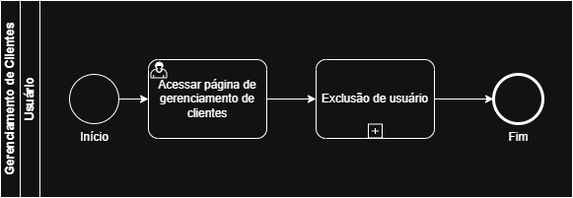
Above: docs/images/bpmn/gestao-de-usuario/bpmn-gestao-de-usuario-sp8.png in lsivolella/Servify (draw.io), before the change. Source tidied: cells renumbered, new cells last; positions are measured from the earlier drawing's top-left corner, leaving out a move shared by most shapes. The source it was exported from:
```xml
<mxGraphModel>
  <root>
    <mxCell id="0" />
    <mxCell id="1" parent="0" />
    <mxCell id="2" value="Gerenciamento de Clientes" style="swimlane;horizontal=0;startSize=20;html=1;" parent="1" vertex="1">
      <mxGeometry width="580" height="200" as="geometry" />
    </mxCell>
    <mxCell id="3" value="Usuário" style="swimlane;startSize=20;horizontal=0;html=1;" parent="2" vertex="1">
      <mxGeometry x="20" width="560" height="200" as="geometry" />
    </mxCell>
    <mxCell id="4" style="edgeStyle=orthogonalEdgeStyle;rounded=0;jettySize=auto;html=1;" parent="3" edge="1" source="5">
      <mxGeometry relative="1" as="geometry">
        <mxPoint x="130" y="100" as="targetPoint" />
      </mxGeometry>
    </mxCell>
    <mxCell id="5" value="Início" style="points=[[0.145,0.145,0],[0.5,0,0],[0.855,0.145,0],[1,0.5,0],[0.855,0.855,0],[0.5,1,0],[0.145,0.855,0],[0,0.5,0]];shape=mxgraph.bpmn.event;html=1;verticalLabelPosition=bottom;labelBackgroundColor=#ffffff;verticalAlign=top;align=center;perimeter=ellipsePerimeter;outlineConnect=0;outline=standard;symbol=general;" parent="3" vertex="1">
      <mxGeometry x="50" y="75" width="50" height="50" as="geometry" />
    </mxCell>
    <mxCell id="6" value="Acessar página de gerenciamento de clientes" style="points=[[0.25,0,0],[0.5,0,0],[0.75,0,0],[1,0.25,0],[1,0.5,0],[1,0.75,0],[0.75,1,0],[0.5,1,0],[0.25,1,0],[0,0.75,0],[0,0.5,0],[0,0.25,0]];shape=mxgraph.bpmn.task2;whiteSpace=wrap;rectStyle=rounded;size=10;html=1;taskMarker=user;" parent="3" vertex="1">
      <mxGeometry x="130" y="60" width="120" height="80" as="geometry" />
    </mxCell>
    <mxCell id="7" value="Exclusão de usuário" style="points=[[0.25,0,0],[0.5,0,0],[0.75,0,0],[1,0.25,0],[1,0.5,0],[1,0.75,0],[0.75,1,0],[0.5,1,0],[0.25,1,0],[0,0.75,0],[0,0.5,0],[0,0.25,0]];shape=mxgraph.bpmn.task2;whiteSpace=wrap;rectStyle=rounded;size=10;html=1;taskMarker=abstract;isLoopSub=1;" parent="3" vertex="1">
      <mxGeometry x="300" y="60" width="120" height="80" as="geometry" />
    </mxCell>
    <mxCell id="8" style="edgeStyle=orthogonalEdgeStyle;rounded=0;jettySize=auto;html=1;entryX=0;entryY=0.5;entryDx=0;entryDy=0;entryPerimeter=0;" parent="3" edge="1" source="6" target="7">
      <mxGeometry relative="1" as="geometry" />
    </mxCell>
    <mxCell id="9" value="Fim" style="points=[[0.145,0.145,0],[0.5,0,0],[0.855,0.145,0],[1,0.5,0],[0.855,0.855,0],[0.5,1,0],[0.145,0.855,0],[0,0.5,0]];shape=mxgraph.bpmn.event;html=1;verticalLabelPosition=bottom;labelBackgroundColor=#ffffff;verticalAlign=top;align=center;perimeter=ellipsePerimeter;outlineConnect=0;outline=end;symbol=terminate2;" parent="3" vertex="1">
      <mxGeometry x="480" y="75" width="50" height="50" as="geometry" />
    </mxCell>
    <mxCell id="10" style="edgeStyle=orthogonalEdgeStyle;rounded=0;jettySize=auto;html=1;entryX=0;entryY=0.5;entryDx=0;entryDy=0;entryPerimeter=0;" parent="3" edge="1" source="7" target="9">
      <mxGeometry relative="1" as="geometry" />
    </mxCell>
  </root>
</mxGraphModel>
```
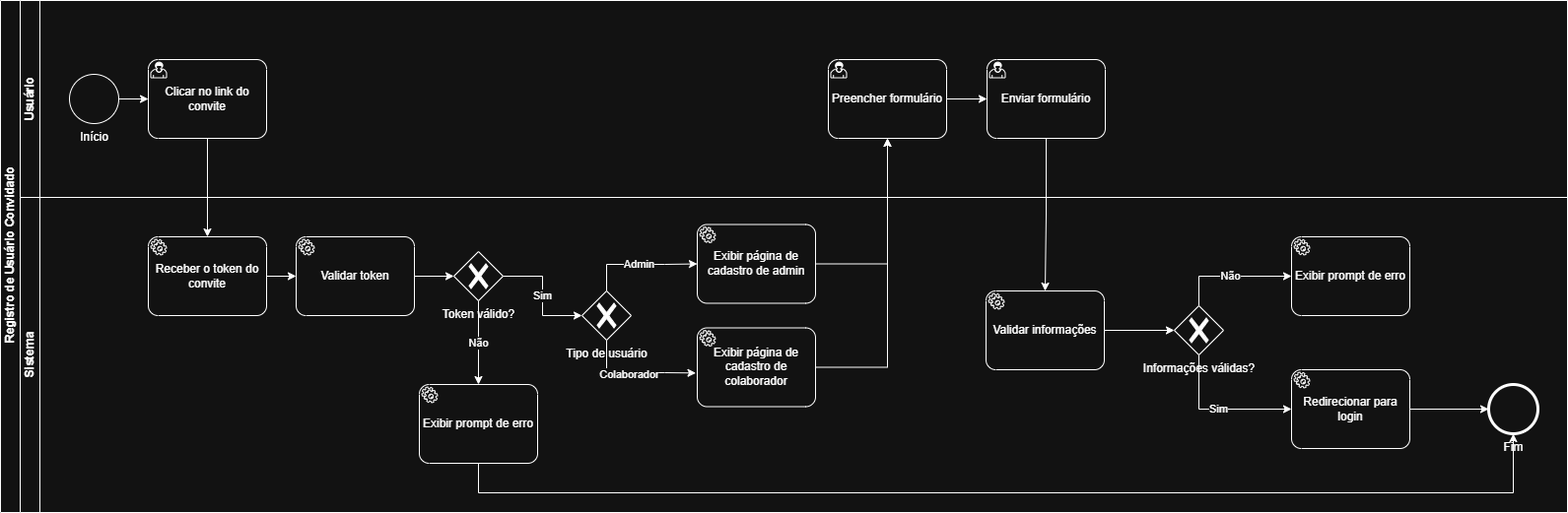
Later version of the same file.

Commit message:
Ajustes no processo de gerenciamento de clientes

The edit, as a diff of the source:
```diff
@@ -2,11 +2,11 @@
   <root>
     <mxCell id="0" />
     <mxCell id="1" parent="0" />
-    <mxCell id="2" value="Gerenciamento de Clientes" style="swimlane;horizontal=0;startSize=20;html=1;" parent="1" vertex="1">
-      <mxGeometry width="580" height="200" as="geometry" />
+    <mxCell id="2" value="&amp;nbsp;Registro de Usuário Convidado" style="swimlane;horizontal=0;startSize=20;html=1;" parent="1" vertex="1">
+      <mxGeometry width="1590" height="520" as="geometry" />
     </mxCell>
     <mxCell id="3" value="Usuário" style="swimlane;startSize=20;horizontal=0;html=1;" parent="2" vertex="1">
-      <mxGeometry x="20" width="560" height="200" as="geometry" />
+      <mxGeometry x="20" width="1570" height="200" as="geometry" />
     </mxCell>
     <mxCell id="4" style="edgeStyle=orthogonalEdgeStyle;rounded=0;jettySize=auto;html=1;" parent="3" edge="1" source="5">
       <mxGeometry relative="1" as="geometry">
@@ -16,20 +16,127 @@
     <mxCell id="5" value="Início" style="points=[[0.145,0.145,0],[0.5,0,0],[0.855,0.145,0],[1,0.5,0],[0.855,0.855,0],[0.5,1,0],[0.145,0.855,0],[0,0.5,0]];shape=mxgraph.bpmn.event;html=1;verticalLabelPosition=bottom;labelBackgroundColor=#ffffff;verticalAlign=top;align=center;perimeter=ellipsePerimeter;outlineConnect=0;outline=standard;symbol=general;" parent="3" vertex="1">
       <mxGeometry x="50" y="75" width="50" height="50" as="geometry" />
     </mxCell>
-    <mxCell id="6" value="Acessar página de gerenciamento de clientes" style="points=[[0.25,0,0],[0.5,0,0],[0.75,0,0],[1,0.25,0],[1,0.5,0],[1,0.75,0],[0.75,1,0],[0.5,1,0],[0.25,1,0],[0,0.75,0],[0,0.5,0],[0,0.25,0]];shape=mxgraph.bpmn.task2;whiteSpace=wrap;rectStyle=rounded;size=10;html=1;taskMarker=user;" parent="3" vertex="1">
+    <mxCell id="6" value="Clicar no link do convite" style="points=[[0.25,0,0],[0.5,0,0],[0.75,0,0],[1,0.25,0],[1,0.5,0],[1,0.75,0],[0.75,1,0],[0.5,1,0],[0.25,1,0],[0,0.75,0],[0,0.5,0],[0,0.25,0]];shape=mxgraph.bpmn.task2;whiteSpace=wrap;rectStyle=rounded;size=10;html=1;taskMarker=user;" parent="3" vertex="1">
       <mxGeometry x="130" y="60" width="120" height="80" as="geometry" />
     </mxCell>
-    <mxCell id="7" value="Exclusão de usuário" style="points=[[0.25,0,0],[0.5,0,0],[0.75,0,0],[1,0.25,0],[1,0.5,0],[1,0.75,0],[0.75,1,0],[0.5,1,0],[0.25,1,0],[0,0.75,0],[0,0.5,0],[0,0.25,0]];shape=mxgraph.bpmn.task2;whiteSpace=wrap;rectStyle=rounded;size=10;html=1;taskMarker=abstract;isLoopSub=1;" parent="3" vertex="1">
-      <mxGeometry x="300" y="60" width="120" height="80" as="geometry" />
+    <mxCell id="7" value="Preencher formulário" style="points=[[0.25,0,0],[0.5,0,0],[0.75,0,0],[1,0.25,0],[1,0.5,0],[1,0.75,0],[0.75,1,0],[0.5,1,0],[0.25,1,0],[0,0.75,0],[0,0.5,0],[0,0.25,0]];shape=mxgraph.bpmn.task2;whiteSpace=wrap;rectStyle=rounded;size=10;html=1;taskMarker=user;" parent="3" vertex="1">
+      <mxGeometry x="820" y="60" width="120" height="80" as="geometry" />
     </mxCell>
-    <mxCell id="8" style="edgeStyle=orthogonalEdgeStyle;rounded=0;jettySize=auto;html=1;entryX=0;entryY=0.5;entryDx=0;entryDy=0;entryPerimeter=0;" parent="3" edge="1" source="6" target="7">
-      <mxGeometry relative="1" as="geometry" />
+    <mxCell id="8" value="Enviar formulário" style="points=[[0.25,0,0],[0.5,0,0],[0.75,0,0],[1,0.25,0],[1,0.5,0],[1,0.75,0],[0.75,1,0],[0.5,1,0],[0.25,1,0],[0,0.75,0],[0,0.5,0],[0,0.25,0]];shape=mxgraph.bpmn.task2;whiteSpace=wrap;rectStyle=rounded;size=10;html=1;taskMarker=user;" parent="3" vertex="1">
+      <mxGeometry x="981" y="60" width="120" height="80" as="geometry" />
     </mxCell>
-    <mxCell id="9" value="Fim" style="points=[[0.145,0.145,0],[0.5,0,0],[0.855,0.145,0],[1,0.5,0],[0.855,0.855,0],[0.5,1,0],[0.145,0.855,0],[0,0.5,0]];shape=mxgraph.bpmn.event;html=1;verticalLabelPosition=bottom;labelBackgroundColor=#ffffff;verticalAlign=top;align=center;perimeter=ellipsePerimeter;outlineConnect=0;outline=end;symbol=terminate2;" parent="3" vertex="1">
-      <mxGeometry x="480" y="75" width="50" height="50" as="geometry" />
+    <mxCell id="9" style="edgeStyle=orthogonalEdgeStyle;rounded=0;jettySize=auto;html=1;entryX=0;entryY=0.5;entryDx=0;entryDy=0;entryPerimeter=0;" parent="3" edge="1" source="7" target="8">
+      <mxGeometry relative="1" as="geometry" />
     </mxCell>
-    <mxCell id="10" style="edgeStyle=orthogonalEdgeStyle;rounded=0;jettySize=auto;html=1;entryX=0;entryY=0.5;entryDx=0;entryDy=0;entryPerimeter=0;" parent="3" edge="1" source="7" target="9">
+    <mxCell id="10" style="edgeStyle=orthogonalEdgeStyle;rounded=0;jettySize=auto;html=1;entryX=0.5;entryY=0;entryDx=0;entryDy=0;entryPerimeter=0;" parent="2" edge="1" source="6" target="12">
       <mxGeometry relative="1" as="geometry" />
     </mxCell>
+    <mxCell id="11" value="Sistema" style="swimlane;startSize=20;horizontal=0;html=1;" parent="2" vertex="1">
+      <mxGeometry x="20" y="200" width="1570" height="320" as="geometry" />
+    </mxCell>
+    <mxCell id="12" value="Receber o token do convite" style="points=[[0.25,0,0],[0.5,0,0],[0.75,0,0],[1,0.25,0],[1,0.5,0],[1,0.75,0],[0.75,1,0],[0.5,1,0],[0.25,1,0],[0,0.75,0],[0,0.5,0],[0,0.25,0]];shape=mxgraph.bpmn.task2;whiteSpace=wrap;rectStyle=rounded;size=10;html=1;taskMarker=service;" parent="11" vertex="1">
+      <mxGeometry x="130" y="40" width="120" height="80" as="geometry" />
+    </mxCell>
+    <mxCell id="13" value="Validar token" style="points=[[0.25,0,0],[0.5,0,0],[0.75,0,0],[1,0.25,0],[1,0.5,0],[1,0.75,0],[0.75,1,0],[0.5,1,0],[0.25,1,0],[0,0.75,0],[0,0.5,0],[0,0.25,0]];shape=mxgraph.bpmn.task2;whiteSpace=wrap;rectStyle=rounded;size=10;html=1;taskMarker=service;" parent="11" vertex="1">
+      <mxGeometry x="280" y="40" width="120" height="80" as="geometry" />
+    </mxCell>
+    <mxCell id="14" value="Token válido?" style="points=[[0.25,0.25,0],[0.5,0,0],[0.75,0.25,0],[1,0.5,0],[0.75,0.75,0],[0.5,1,0],[0.25,0.75,0],[0,0.5,0]];shape=mxgraph.bpmn.gateway2;html=1;verticalLabelPosition=bottom;labelBackgroundColor=#ffffff;verticalAlign=top;align=center;perimeter=rhombusPerimeter;outlineConnect=0;outline=none;symbol=none;gwType=exclusive;" parent="11" vertex="1">
+      <mxGeometry x="440" y="55" width="50" height="50" as="geometry" />
+    </mxCell>
+    <mxCell id="15" value="Exibir prompt de erro" style="points=[[0.25,0,0],[0.5,0,0],[0.75,0,0],[1,0.25,0],[1,0.5,0],[1,0.75,0],[0.75,1,0],[0.5,1,0],[0.25,1,0],[0,0.75,0],[0,0.5,0],[0,0.25,0]];shape=mxgraph.bpmn.task2;whiteSpace=wrap;rectStyle=rounded;size=10;html=1;taskMarker=service;" parent="11" vertex="1">
+      <mxGeometry x="405" y="190" width="120" height="80" as="geometry" />
+    </mxCell>
+    <mxCell id="16" value="Fim" style="points=[[0.145,0.145,0],[0.5,0,0],[0.855,0.145,0],[1,0.5,0],[0.855,0.855,0],[0.5,1,0],[0.145,0.855,0],[0,0.5,0]];shape=mxgraph.bpmn.event;html=1;verticalLabelPosition=bottom;labelBackgroundColor=#ffffff;verticalAlign=top;align=center;perimeter=ellipsePerimeter;outlineConnect=0;outline=end;symbol=terminate2;" parent="11" vertex="1">
+      <mxGeometry x="1490" y="190" width="50" height="50" as="geometry" />
+    </mxCell>
+    <mxCell id="17" value="Exibir página de cadastro de admin" style="points=[[0.25,0,0],[0.5,0,0],[0.75,0,0],[1,0.25,0],[1,0.5,0],[1,0.75,0],[0.75,1,0],[0.5,1,0],[0.25,1,0],[0,0.75,0],[0,0.5,0],[0,0.25,0]];shape=mxgraph.bpmn.task2;whiteSpace=wrap;rectStyle=rounded;size=10;html=1;taskMarker=service;" parent="11" vertex="1">
+      <mxGeometry x="687" y="27.5" width="120" height="80" as="geometry" />
+    </mxCell>
+    <mxCell id="18" value="Exibir página de cadastro de colaborador" style="points=[[0.25,0,0],[0.5,0,0],[0.75,0,0],[1,0.25,0],[1,0.5,0],[1,0.75,0],[0.75,1,0],[0.5,1,0],[0.25,1,0],[0,0.75,0],[0,0.5,0],[0,0.25,0]];shape=mxgraph.bpmn.task2;whiteSpace=wrap;rectStyle=rounded;size=10;html=1;taskMarker=service;" parent="11" vertex="1">
+      <mxGeometry x="687" y="132.5" width="120" height="80" as="geometry" />
+    </mxCell>
+    <mxCell id="19" value="Tipo de usuário" style="points=[[0.25,0.25,0],[0.5,0,0],[0.75,0.25,0],[1,0.5,0],[0.75,0.75,0],[0.5,1,0],[0.25,0.75,0],[0,0.5,0]];shape=mxgraph.bpmn.gateway2;html=1;verticalLabelPosition=bottom;labelBackgroundColor=#ffffff;verticalAlign=top;align=center;perimeter=rhombusPerimeter;outlineConnect=0;outline=none;symbol=none;gwType=exclusive;" parent="11" vertex="1">
+      <mxGeometry x="570" y="95" width="50" height="50" as="geometry" />
+    </mxCell>
+    <mxCell id="20" value="Informações válidas?" style="points=[[0.25,0.25,0],[0.5,0,0],[0.75,0.25,0],[1,0.5,0],[0.75,0.75,0],[0.5,1,0],[0.25,0.75,0],[0,0.5,0]];shape=mxgraph.bpmn.gateway2;html=1;verticalLabelPosition=bottom;labelBackgroundColor=#ffffff;verticalAlign=top;align=center;perimeter=rhombusPerimeter;outlineConnect=0;outline=none;symbol=none;gwType=exclusive;" parent="11" vertex="1">
+      <mxGeometry x="1171" y="110" width="50" height="50" as="geometry" />
+    </mxCell>
+    <mxCell id="21" value="Validar informações" style="points=[[0.25,0,0],[0.5,0,0],[0.75,0,0],[1,0.25,0],[1,0.5,0],[1,0.75,0],[0.75,1,0],[0.5,1,0],[0.25,1,0],[0,0.75,0],[0,0.5,0],[0,0.25,0]];shape=mxgraph.bpmn.task2;whiteSpace=wrap;rectStyle=rounded;size=10;html=1;taskMarker=service;" parent="11" vertex="1">
+      <mxGeometry x="980" y="95" width="120" height="80" as="geometry" />
+    </mxCell>
+    <mxCell id="22" value="Exibir prompt de erro" style="points=[[0.25,0,0],[0.5,0,0],[0.75,0,0],[1,0.25,0],[1,0.5,0],[1,0.75,0],[0.75,1,0],[0.5,1,0],[0.25,1,0],[0,0.75,0],[0,0.5,0],[0,0.25,0]];shape=mxgraph.bpmn.task2;whiteSpace=wrap;rectStyle=rounded;size=10;html=1;taskMarker=service;" parent="11" vertex="1">
+      <mxGeometry x="1290" y="40" width="120" height="80" as="geometry" />
+    </mxCell>
+    <mxCell id="23" value="Redirecionar para login" style="points=[[0.25,0,0],[0.5,0,0],[0.75,0,0],[1,0.25,0],[1,0.5,0],[1,0.75,0],[0.75,1,0],[0.5,1,0],[0.25,1,0],[0,0.75,0],[0,0.5,0],[0,0.25,0]];shape=mxgraph.bpmn.task2;whiteSpace=wrap;rectStyle=rounded;size=10;html=1;taskMarker=service;" parent="11" vertex="1">
+      <mxGeometry x="1290" y="175" width="120" height="80" as="geometry" />
+    </mxCell>
+    <mxCell id="24" style="edgeStyle=orthogonalEdgeStyle;rounded=0;jettySize=auto;html=1;entryX=0;entryY=0.5;entryDx=0;entryDy=0;entryPerimeter=0;" parent="11" edge="1" source="12" target="13">
+      <mxGeometry relative="1" as="geometry" />
+    </mxCell>
+    <mxCell id="25" style="edgeStyle=orthogonalEdgeStyle;rounded=0;jettySize=auto;html=1;entryX=0;entryY=0.5;entryDx=0;entryDy=0;entryPerimeter=0;" parent="11" edge="1" source="13" target="14">
+      <mxGeometry relative="1" as="geometry" />
+    </mxCell>
+    <mxCell id="26" value="Não" style="edgeStyle=orthogonalEdgeStyle;rounded=0;jettySize=auto;html=1;entryX=0.5;entryY=0;entryDx=0;entryDy=0;entryPerimeter=0;" parent="11" edge="1" source="14" target="15">
+      <mxGeometry relative="1" as="geometry" />
+    </mxCell>
+    <mxCell id="27" value="Sim" style="edgeStyle=orthogonalEdgeStyle;rounded=0;jettySize=auto;html=1;entryX=0;entryY=0.5;entryDx=0;entryDy=0;entryPerimeter=0;" parent="11" edge="1" source="14" target="19">
+      <mxGeometry relative="1" as="geometry" />
+    </mxCell>
+    <mxCell id="28" value="Admin" style="edgeStyle=orthogonalEdgeStyle;rounded=0;jettySize=auto;html=1;entryX=0;entryY=0.5;entryDx=0;entryDy=0;entryPerimeter=0;" parent="11" edge="1" source="19" target="17">
+      <mxGeometry relative="1" as="geometry">
+        <Array as="points">
+          <mxPoint x="595" y="68" />
+          <mxPoint x="654" y="68" />
+        </Array>
+      </mxGeometry>
+    </mxCell>
+    <mxCell id="29" style="edgeStyle=orthogonalEdgeStyle;rounded=0;jettySize=auto;html=1;entryX=-0.012;entryY=0.573;entryDx=0;entryDy=0;entryPerimeter=0;" parent="11" edge="1" source="19" target="18">
+      <mxGeometry relative="1" as="geometry">
+        <Array as="points">
+          <mxPoint x="595" y="178" />
+          <mxPoint x="654" y="178" />
+        </Array>
+      </mxGeometry>
+    </mxCell>
+    <mxCell id="30" value="Colaborador" style="edgeLabel;html=1;align=center;verticalAlign=middle;" parent="29" vertex="1">
+      <mxGeometry x="-0.12" y="-1" relative="1" as="geometry" />
+    </mxCell>
+    <mxCell id="31" style="edgeStyle=orthogonalEdgeStyle;rounded=0;jettySize=auto;html=1;entryX=0;entryY=0.5;entryDx=0;entryDy=0;entryPerimeter=0;" parent="11" edge="1" source="23" target="16">
+      <mxGeometry relative="1" as="geometry" />
+    </mxCell>
+    <mxCell id="32" style="edgeStyle=orthogonalEdgeStyle;rounded=0;jettySize=auto;html=1;entryX=0.5;entryY=1;entryDx=0;entryDy=0;entryPerimeter=0;" parent="11" edge="1" source="15" target="16">
+      <mxGeometry relative="1" as="geometry">
+        <Array as="points">
+          <mxPoint x="465" y="300" />
+          <mxPoint x="1515" y="300" />
+        </Array>
+      </mxGeometry>
+    </mxCell>
+    <mxCell id="33" value="Não" style="edgeStyle=orthogonalEdgeStyle;rounded=0;jettySize=auto;html=1;entryX=0;entryY=0.5;entryDx=0;entryDy=0;entryPerimeter=0;" parent="11" edge="1" source="20" target="22">
+      <mxGeometry relative="1" as="geometry">
+        <Array as="points">
+          <mxPoint x="1196" y="80" />
+        </Array>
+      </mxGeometry>
+    </mxCell>
+    <mxCell id="34" value="Sim" style="edgeStyle=orthogonalEdgeStyle;rounded=0;jettySize=auto;html=1;entryX=0;entryY=0.5;entryDx=0;entryDy=0;entryPerimeter=0;" parent="11" edge="1" source="20" target="23">
+      <mxGeometry relative="1" as="geometry">
+        <Array as="points">
+          <mxPoint x="1196" y="215" />
+        </Array>
+      </mxGeometry>
+    </mxCell>
+    <mxCell id="35" style="edgeStyle=orthogonalEdgeStyle;rounded=0;jettySize=auto;html=1;entryX=0;entryY=0.5;entryDx=0;entryDy=0;entryPerimeter=0;" parent="11" edge="1" source="21" target="20">
+      <mxGeometry relative="1" as="geometry" />
+    </mxCell>
+    <mxCell id="36" style="edgeStyle=orthogonalEdgeStyle;rounded=0;jettySize=auto;html=1;entryX=0.5;entryY=1;entryDx=0;entryDy=0;entryPerimeter=0;" parent="2" edge="1" source="18" target="7">
+      <mxGeometry relative="1" as="geometry" />
+    </mxCell>
+    <mxCell id="37" style="edgeStyle=orthogonalEdgeStyle;rounded=0;jettySize=auto;html=1;entryX=0.5;entryY=1;entryDx=0;entryDy=0;entryPerimeter=0;" parent="2" edge="1" source="17" target="7">
+      <mxGeometry relative="1" as="geometry" />
+    </mxCell>
+    <mxCell id="38" style="edgeStyle=orthogonalEdgeStyle;rounded=0;jettySize=auto;html=1;entryX=0.5;entryY=0;entryDx=0;entryDy=0;entryPerimeter=0;" parent="2" edge="1" source="8" target="21">
+      <mxGeometry relative="1" as="geometry" />
+    </mxCell>
   </root>
 </mxGraphModel>
```
